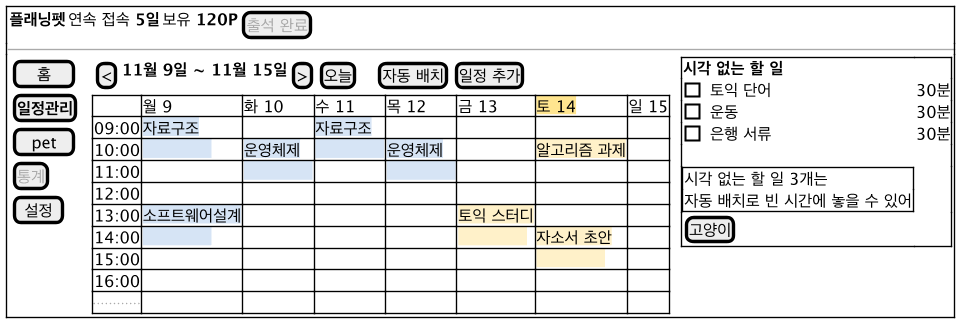
The PlantUML diagram docs/diagrams/ui-schedule.png in 2026-2-software-system-design-11/planning-pet-app, before a commit.
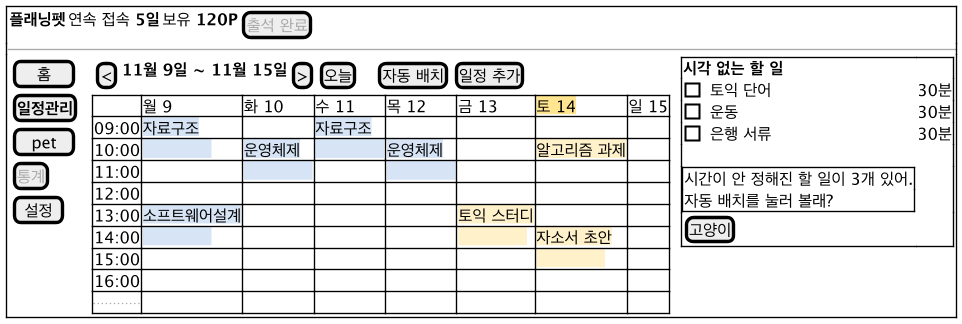
Later version of the same file.

The edit, as a diff of the source:
```diff
@@ -32,8 +32,8 @@
       [ ] 운동 | 30분
       [ ] 은행 서류 | 30분
       . | .
-      {+ 시각 없는 할 일 3개는
- 자동 배치로 빈 시간에 놓을 수 있어 } | .
+      {+ 시간이 안 정해진 할 일이 3개 있어.
+ 자동 배치를 눌러 볼래? } | .
       [고양이] | .
     }
   }
```
